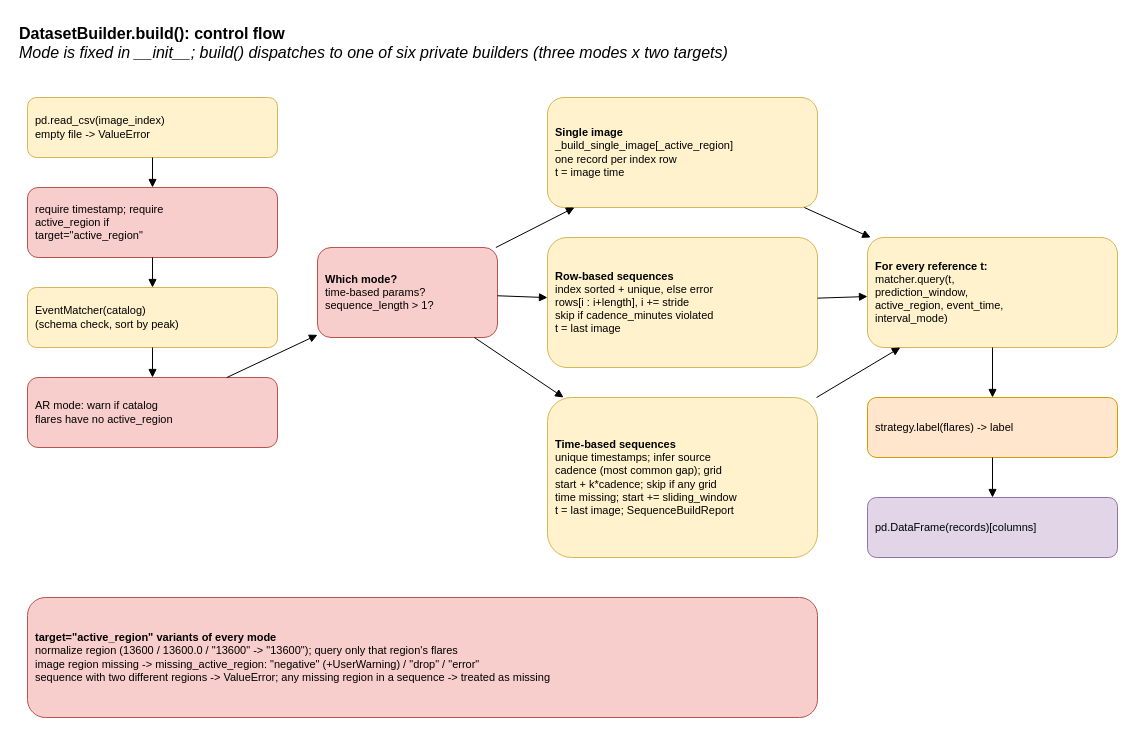
assemkdv/solix keeps this draw.io diagram as page "2 build() flow" (2 of 6) of docs/architecture/flare_indexer_architecture.drawio. Above is the earlier version. Source tidied: cells renumbered, new cells numbered last; positions are measured from the earlier drawing's top-left corner, leaving out a move shared by most shapes. Both pictures are drawn from the tidied source at 100%, with x=0, y=0 at pixel (17, 17).
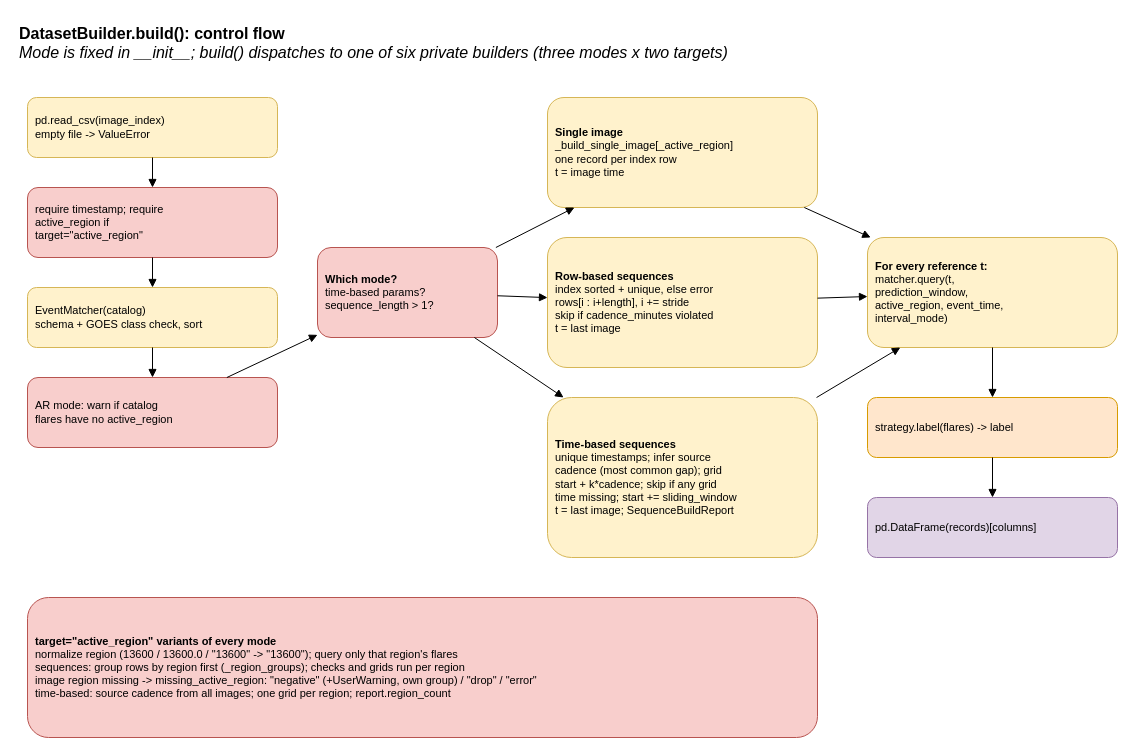
After the change.

What changed in the source:
```diff
@@
-    <mxCell id="5" value="EventMatcher(catalog)&lt;br&gt;(schema check, sort by peak)" style="rounded=1;whiteSpace=wrap;html=1;fillColor=#fff2cc;strokeColor=#d6b656;fontSize=11;align=left;spacingLeft=6;" parent="1" vertex="1">
+    <mxCell id="5" value="EventMatcher(catalog)&lt;br&gt;schema + GOES class check, sort" style="rounded=1;whiteSpace=wrap;html=1;fillColor=#fff2cc;strokeColor=#d6b656;fontSize=11;align=left;spacingLeft=6;" parent="1" vertex="1">
       <mxGeometry x="10" y="270" width="250" height="60" as="geometry" />
     </mxCell>
@@
-    <mxCell id="14" value="&lt;b&gt;target=&quot;active_region&quot; variants of every mode&lt;/b&gt;&lt;br&gt;normalize region (13600 / 13600.0 / &quot;13600&quot; -&amp;gt; &quot;13600&quot;); query only that region's flares&lt;br&gt;image region missing -&amp;gt; missing_active_region: &quot;negative&quot; (+UserWarning) / &quot;drop&quot; / &quot;error&quot;&lt;br&gt;sequence with two different regions -&amp;gt; ValueError; any missing region in a sequence -&amp;gt; treated as missing" style="rounded=1;whiteSpace=wrap;html=1;fillColor=#f8cecc;strokeColor=#b85450;fontSize=11;align=left;spacingLeft=6;" parent="1" vertex="1">
-      <mxGeometry x="10" y="580" width="790" height="120" as="geometry" />
+    <mxCell id="14" value="&lt;b&gt;target=&quot;active_region&quot; variants of every mode&lt;/b&gt;&lt;br&gt;normalize region (13600 / 13600.0 / &quot;13600&quot; -&amp;gt; &quot;13600&quot;); query only that region's flares&lt;br&gt;sequences: group rows by region first (_region_groups); checks and grids run per region&lt;br&gt;image region missing -&amp;gt; missing_active_region: &quot;negative&quot; (+UserWarning, own group) / &quot;drop&quot; / &quot;error&quot;&lt;br&gt;time-based: source cadence from all images; one grid per region; report.region_count" style="rounded=1;whiteSpace=wrap;html=1;fillColor=#f8cecc;strokeColor=#b85450;fontSize=11;align=left;spacingLeft=6;" parent="1" vertex="1">
+      <mxGeometry x="10" y="580" width="790" height="140" as="geometry" />
     </mxCell>
```
